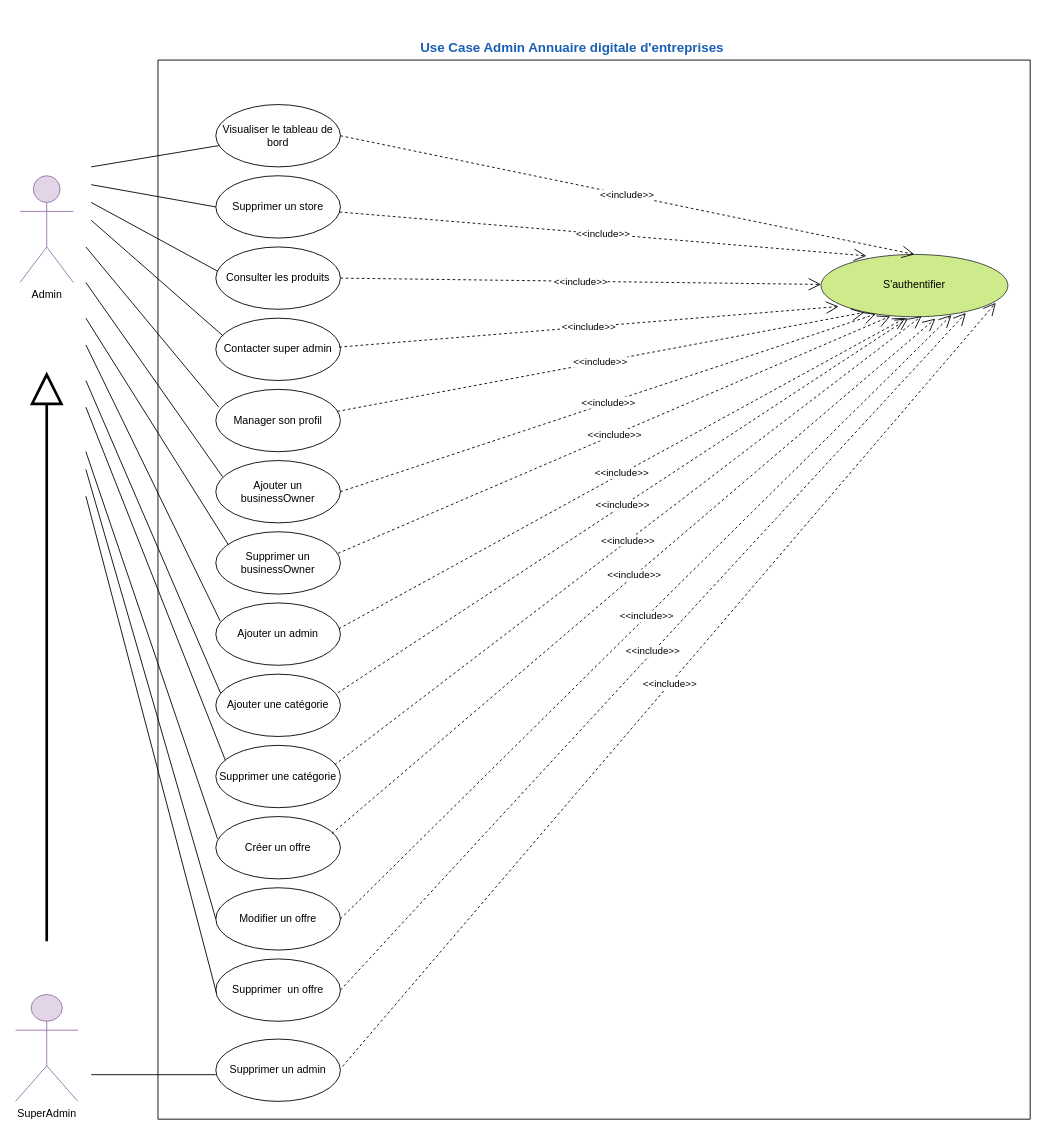
This is 4. UseCase_Admin.drawio from amine-elarass49/angular_doc, a draw.io file, before an edit. Source tidied: cells renumbered, new cells numbered last; positions are measured from the earlier drawing's top-left corner, leaving out a move shared by most shapes. Both pictures are drawn from the tidied source at 89%, with x=0, y=0 at pixel (15, 33).
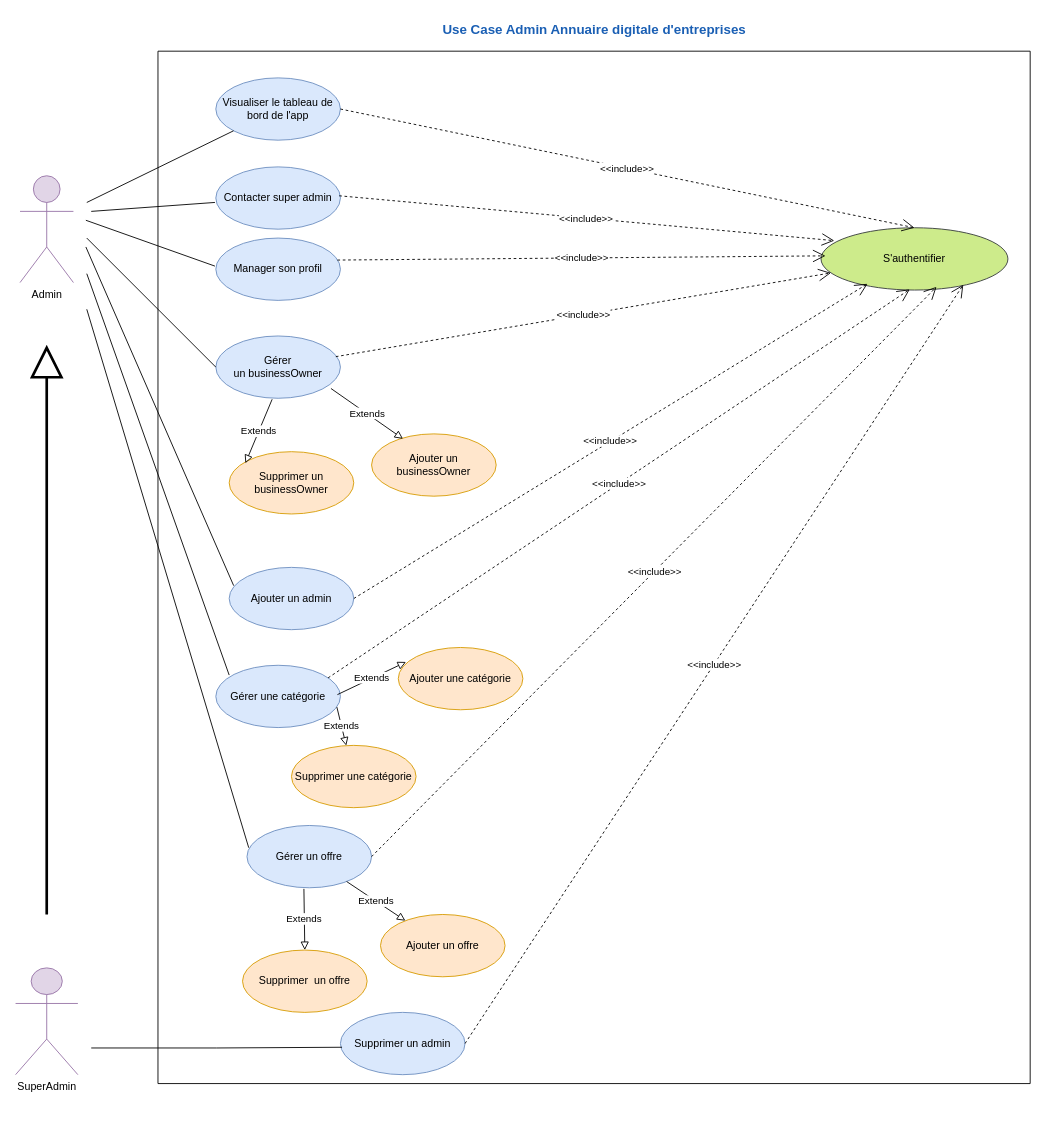
Above is the later version.

Diff of the diagram source:
```diff
@@
     <mxCell id="2" style="swimlane;startSize=0;" parent="1" vertex="1">
-      <mxGeometry x="160" y="30" width="980" height="1190" as="geometry" />
+      <mxGeometry x="160" y="20" width="980" height="1160" as="geometry" />
     </mxCell>
-    <mxCell id="3" value="Admin" style="shape=umlActor;verticalLabelPosition=bottom;verticalAlign=top;html=1;fillColor=#e1d5e7;strokeColor=#9673a6;" parent="2" vertex="1">
-      <mxGeometry x="-155" y="130" width="60" height="120" as="geometry" />
-    </mxCell>
     <mxCell id="4" value="S'authentifier" style="ellipse;whiteSpace=wrap;html=1;fillColor=#cdeb8b;strokeColor=#36393d;" parent="2" vertex="1">
-      <mxGeometry x="745" y="218.4" width="210" height="70" as="geometry" />
+      <mxGeometry x="745" y="198.4" width="210" height="70" as="geometry" />
     </mxCell>
-    <mxCell id="5" value="Visualiser le tableau de bord" style="ellipse;whiteSpace=wrap;html=1;" parent="2" vertex="1">
-      <mxGeometry x="65" y="50" width="140" height="70" as="geometry" />
+    <mxCell id="5" value="Visualiser le tableau de bord de l'app" style="ellipse;whiteSpace=wrap;html=1;fillColor=#dae8fc;strokeColor=#6c8ebf;" parent="2" vertex="1">
+      <mxGeometry x="65" y="30" width="140" height="70" as="geometry" />
     </mxCell>
     <mxCell id="6" style="endArrow=none;html=1;rounded=0;" parent="2" edge="1" target="5">
       <mxGeometry relative="1" as="geometry">
-        <mxPoint x="-75" y="120" as="sourcePoint" />
+        <mxPoint x="-80" y="170" as="sourcePoint" />
       </mxGeometry>
     </mxCell>
-    <mxCell id="7" value="&amp;lt;&amp;lt;include&amp;gt;&amp;gt;" style="endArrow=open;endSize=12;dashed=1;html=1;rounded=0;entryX=0.37;entryY=0.993;entryDx=0;entryDy=0;entryPerimeter=0;exitX=0.981;exitY=0.346;exitDx=0;exitDy=0;exitPerimeter=0;" parent="2" edge="1" source="20" target="4">
-      <mxGeometry relative="1" as="geometry" />
-    </mxCell>
-    <mxCell id="8" value="&amp;lt;&amp;lt;include&amp;gt;&amp;gt;" style="endArrow=open;endSize=12;dashed=1;html=1;rounded=0;exitX=1;exitY=0.5;exitDx=0;exitDy=0;" parent="2" edge="1" source="11" target="4">
-      <mxGeometry relative="1" as="geometry" />
-    </mxCell>
-    <mxCell id="9" value="Supprimer un admin" style="ellipse;whiteSpace=wrap;html=1;" parent="2" vertex="1">
-      <mxGeometry x="65" y="1100" width="140" height="70" as="geometry" />
+    <mxCell id="9" value="Supprimer un admin" style="ellipse;whiteSpace=wrap;html=1;fillColor=#dae8fc;strokeColor=#6c8ebf;" parent="2" vertex="1">
+      <mxGeometry x="205" y="1080" width="140" height="70" as="geometry" />
     </mxCell>
-    <mxCell id="10" value="&amp;lt;&amp;lt;include&amp;gt;&amp;gt;" style="endArrow=open;endSize=12;dashed=1;html=1;rounded=0;exitX=1.017;exitY=0.438;exitDx=0;exitDy=0;entryX=0.935;entryY=0.776;entryDx=0;entryDy=0;exitPerimeter=0;entryPerimeter=0;" parent="2" edge="1" source="9" target="4">
-      <mxGeometry relative="1" as="geometry" />
-    </mxCell>
-    <mxCell id="11" value="Consulter les produits" style="ellipse;whiteSpace=wrap;html=1;" parent="2" vertex="1">
-      <mxGeometry x="65" y="210" width="140" height="70" as="geometry" />
-    </mxCell>
-    <mxCell id="12" value="Contacter super admin" style="ellipse;whiteSpace=wrap;html=1;" parent="2" vertex="1">
-      <mxGeometry x="65" y="290" width="140" height="70" as="geometry" />
+    <mxCell id="12" value="Contacter super admin" style="ellipse;whiteSpace=wrap;html=1;fillColor=#dae8fc;strokeColor=#6c8ebf;" parent="2" vertex="1">
+      <mxGeometry x="65" y="130" width="140" height="70" as="geometry" />
     </mxCell>
-    <mxCell id="13" style="endArrow=none;html=1;rounded=0;entryX=0.015;entryY=0.389;entryDx=0;entryDy=0;entryPerimeter=0;" parent="2" edge="1" target="11">
-      <mxGeometry relative="1" as="geometry">
-        <mxPoint x="-75" y="160" as="sourcePoint" />
-      </mxGeometry>
-    </mxCell>
-    <mxCell id="14" style="endArrow=none;html=1;rounded=0;entryX=0.059;entryY=0.286;entryDx=0;entryDy=0;entryPerimeter=0;" parent="2" edge="1" target="12">
+    <mxCell id="14" style="endArrow=none;html=1;rounded=0;entryX=-0.007;entryY=0.571;entryDx=0;entryDy=0;entryPerimeter=0;" parent="2" edge="1" target="12">
       <mxGeometry relative="1" as="geometry">
         <mxPoint x="-75" y="180" as="sourcePoint" />
       </mxGeometry>
     </mxCell>
-    <mxCell id="15" value="Ajouter une catégorie" style="ellipse;whiteSpace=wrap;html=1;" parent="2" vertex="1">
-      <mxGeometry x="65" y="690" width="140" height="70" as="geometry" />
+    <mxCell id="15" value="Ajouter une catégorie" style="ellipse;whiteSpace=wrap;html=1;fillColor=#ffe6cc;strokeColor=#d79b00;" parent="2" vertex="1">
+      <mxGeometry x="270" y="670" width="140" height="70" as="geometry" />
     </mxCell>
-    <mxCell id="16" value="Supprimer un store" style="ellipse;whiteSpace=wrap;html=1;" parent="2" vertex="1">
-      <mxGeometry x="65" y="130" width="140" height="70" as="geometry" />
-    </mxCell>
-    <mxCell id="17" value="Manager son profil" style="ellipse;whiteSpace=wrap;html=1;" parent="2" vertex="1">
-      <mxGeometry x="65" y="370" width="140" height="70" as="geometry" />
+    <mxCell id="17" value="Manager son profil" style="ellipse;whiteSpace=wrap;html=1;fillColor=#dae8fc;strokeColor=#6c8ebf;" parent="2" vertex="1">
+      <mxGeometry x="65" y="210" width="140" height="70" as="geometry" />
     </mxCell>
-    <mxCell id="18" value="Ajouter un businessOwner" style="ellipse;whiteSpace=wrap;html=1;" parent="2" vertex="1">
-      <mxGeometry x="65" y="450" width="140" height="70" as="geometry" />
+    <mxCell id="18" value="Ajouter un businessOwner" style="ellipse;whiteSpace=wrap;html=1;fillColor=#ffe6cc;strokeColor=#d79b00;" parent="2" vertex="1">
+      <mxGeometry x="240" y="430" width="140" height="70" as="geometry" />
     </mxCell>
-    <mxCell id="19" value="&amp;lt;&amp;lt;include&amp;gt;&amp;gt;" style="endArrow=open;endSize=12;dashed=1;html=1;rounded=0;entryX=0.293;entryY=0.956;entryDx=0;entryDy=0;entryPerimeter=0;exitX=1;exitY=0.5;exitDx=0;exitDy=0;" parent="2" edge="1" source="18" target="4">
-      <mxGeometry relative="1" as="geometry" />
-    </mxCell>
-    <mxCell id="20" value="Supprimer un businessOwner" style="ellipse;whiteSpace=wrap;html=1;" parent="2" vertex="1">
-      <mxGeometry x="65" y="530" width="140" height="70" as="geometry" />
+    <mxCell id="20" value="Supprimer un businessOwner" style="ellipse;whiteSpace=wrap;html=1;fillColor=#ffe6cc;strokeColor=#d79b00;" parent="2" vertex="1">
+      <mxGeometry x="80" y="450" width="140" height="70" as="geometry" />
     </mxCell>
-    <mxCell id="21" value="Ajouter un admin" style="ellipse;whiteSpace=wrap;html=1;" parent="2" vertex="1">
-      <mxGeometry x="65" y="610" width="140" height="70" as="geometry" />
+    <mxCell id="21" value="Ajouter un admin" style="ellipse;whiteSpace=wrap;html=1;fillColor=#dae8fc;strokeColor=#6c8ebf;" parent="2" vertex="1">
+      <mxGeometry x="80" y="580" width="140" height="70" as="geometry" />
     </mxCell>
-    <mxCell id="22" value="Supprimer une catégorie" style="ellipse;whiteSpace=wrap;html=1;" parent="2" vertex="1">
-      <mxGeometry x="65" y="770" width="140" height="70" as="geometry" />
+    <mxCell id="22" value="Supprimer une catégorie" style="ellipse;whiteSpace=wrap;html=1;fillColor=#ffe6cc;strokeColor=#d79b00;" parent="2" vertex="1">
+      <mxGeometry x="150" y="780" width="140" height="70" as="geometry" />
     </mxCell>
-    <mxCell id="23" value="Créer un offre" style="ellipse;whiteSpace=wrap;html=1;" parent="2" vertex="1">
-      <mxGeometry x="65" y="850" width="140" height="70" as="geometry" />
+    <mxCell id="23" value="Gérer un offre" style="ellipse;whiteSpace=wrap;html=1;fillColor=#dae8fc;strokeColor=#6c8ebf;" parent="2" vertex="1">
+      <mxGeometry x="100" y="870" width="140" height="70" as="geometry" />
     </mxCell>
-    <mxCell id="24" value="Modifier un offre" style="ellipse;whiteSpace=wrap;html=1;" parent="2" vertex="1">
-      <mxGeometry x="65" y="930" width="140" height="70" as="geometry" />
+    <mxCell id="24" value="Ajouter un offre" style="ellipse;whiteSpace=wrap;html=1;fillColor=#ffe6cc;strokeColor=#d79b00;" parent="2" vertex="1">
+      <mxGeometry x="250" y="970" width="140" height="70" as="geometry" />
     </mxCell>
-    <mxCell id="25" value="Supprimer&amp;nbsp; un offre" style="ellipse;whiteSpace=wrap;html=1;" parent="2" vertex="1">
-      <mxGeometry x="65" y="1010" width="140" height="70" as="geometry" />
+    <mxCell id="25" value="Supprimer&amp;nbsp; un offre" style="ellipse;whiteSpace=wrap;html=1;fillColor=#ffe6cc;strokeColor=#d79b00;" parent="2" vertex="1">
+      <mxGeometry x="95" y="1010" width="140" height="70" as="geometry" />
     </mxCell>
-    <mxCell id="26" style="endArrow=none;html=1;rounded=0;entryX=0;entryY=0.5;entryDx=0;entryDy=0;" parent="2" edge="1" target="16">
-      <mxGeometry relative="1" as="geometry">
-        <mxPoint x="-75" y="140" as="sourcePoint" />
-      </mxGeometry>
-    </mxCell>
-    <mxCell id="27" value="&amp;lt;&amp;lt;include&amp;gt;&amp;gt;" style="endArrow=open;endSize=12;dashed=1;html=1;rounded=0;exitX=0.976;exitY=0.353;exitDx=0;exitDy=0;exitPerimeter=0;entryX=0.231;entryY=0.931;entryDx=0;entryDy=0;entryPerimeter=0;" parent="2" edge="1" source="17" target="4">
+    <mxCell id="27" value="&amp;lt;&amp;lt;include&amp;gt;&amp;gt;" style="endArrow=open;endSize=12;dashed=1;html=1;rounded=0;exitX=0.976;exitY=0.353;exitDx=0;exitDy=0;exitPerimeter=0;entryX=0.024;entryY=0.451;entryDx=0;entryDy=0;entryPerimeter=0;" parent="2" edge="1" source="17" target="4">
       <mxGeometry relative="1" as="geometry" />
     </mxCell>
-    <mxCell id="28" value="&amp;lt;&amp;lt;include&amp;gt;&amp;gt;" style="endArrow=open;endSize=12;dashed=1;html=1;rounded=0;exitX=0.987;exitY=0.414;exitDx=0;exitDy=0;exitPerimeter=0;entryX=0.452;entryY=1.018;entryDx=0;entryDy=0;entryPerimeter=0;" parent="2" edge="1" source="21" target="4">
-      <mxGeometry relative="1" as="geometry" />
-    </mxCell>
-    <mxCell id="29" value="&amp;lt;&amp;lt;include&amp;gt;&amp;gt;" style="endArrow=open;endSize=12;dashed=1;html=1;rounded=0;entryX=0.612;entryY=1.03;entryDx=0;entryDy=0;entryPerimeter=0;exitX=0.932;exitY=0.271;exitDx=0;exitDy=0;exitPerimeter=0;" parent="2" edge="1" source="23" target="4">
-      <mxGeometry relative="1" as="geometry" />
-    </mxCell>
-    <mxCell id="30" value="&amp;lt;&amp;lt;include&amp;gt;&amp;gt;" style="endArrow=open;endSize=12;dashed=1;html=1;rounded=0;entryX=0.698;entryY=0.972;entryDx=0;entryDy=0;exitX=1;exitY=0.5;exitDx=0;exitDy=0;entryPerimeter=0;" parent="2" edge="1" source="24" target="4">
-      <mxGeometry relative="1" as="geometry" />
-    </mxCell>
-    <mxCell id="31" value="&amp;lt;&amp;lt;include&amp;gt;&amp;gt;" style="endArrow=open;endSize=12;dashed=1;html=1;rounded=0;exitX=1;exitY=0.5;exitDx=0;exitDy=0;entryX=0.775;entryY=0.939;entryDx=0;entryDy=0;exitPerimeter=0;entryPerimeter=0;" parent="2" edge="1" source="25" target="4">
-      <mxGeometry relative="1" as="geometry" />
-    </mxCell>
@@
-    <mxCell id="33" value="&amp;lt;&amp;lt;include&amp;gt;&amp;gt;" style="endArrow=open;endSize=12;dashed=1;html=1;rounded=0;entryX=0.296;entryY=0.997;entryDx=0;entryDy=0;entryPerimeter=0;" parent="2" edge="1" source="16">
-      <mxGeometry relative="1" as="geometry">
-        <mxPoint x="796" y="220" as="targetPoint" />
-      </mxGeometry>
-    </mxCell>
-    <mxCell id="34" value="&amp;lt;&amp;lt;include&amp;gt;&amp;gt;" style="endArrow=open;endSize=12;dashed=1;html=1;rounded=0;exitX=0.99;exitY=0.464;exitDx=0;exitDy=0;exitPerimeter=0;entryX=0.094;entryY=0.836;entryDx=0;entryDy=0;entryPerimeter=0;" parent="2" edge="1" source="12" target="4">
+    <mxCell id="34" value="&amp;lt;&amp;lt;include&amp;gt;&amp;gt;" style="endArrow=open;endSize=12;dashed=1;html=1;rounded=0;exitX=0.99;exitY=0.464;exitDx=0;exitDy=0;exitPerimeter=0;entryX=0.071;entryY=0.207;entryDx=0;entryDy=0;entryPerimeter=0;" parent="2" edge="1" source="12" target="4">
       <mxGeometry relative="1" as="geometry" />
     </mxCell>
-    <mxCell id="35" value="&amp;lt;&amp;lt;include&amp;gt;&amp;gt;" style="endArrow=open;endSize=12;dashed=1;html=1;rounded=0;exitX=0.981;exitY=0.296;exitDx=0;exitDy=0;exitPerimeter=0;" parent="2" edge="1" source="15">
-      <mxGeometry relative="1" as="geometry">
-        <mxPoint x="843" y="290" as="targetPoint" />
-      </mxGeometry>
-    </mxCell>
-    <mxCell id="36" value="&amp;lt;&amp;lt;include&amp;gt;&amp;gt;" style="endArrow=open;endSize=12;dashed=1;html=1;rounded=0;exitX=0.953;exitY=0.313;exitDx=0;exitDy=0;exitPerimeter=0;entryX=0.538;entryY=0.991;entryDx=0;entryDy=0;entryPerimeter=0;" parent="2" edge="1" source="22" target="4">
-      <mxGeometry relative="1" as="geometry" />
-    </mxCell>
     <mxCell id="37" value="SuperAdmin" style="shape=umlActor;verticalLabelPosition=bottom;verticalAlign=top;html=1;fillColor=#e1d5e7;strokeColor=#9673a6;" parent="2" vertex="1">
-      <mxGeometry x="-160" y="1050" width="70" height="120" as="geometry" />
+      <mxGeometry x="-160" y="1030" width="70" height="120" as="geometry" />
     </mxCell>
     <mxCell id="38" style="endArrow=block;endFill=0;html=1;rounded=0;strokeWidth=3;jumpSize=4;startSize=21;endSize=30;" parent="2" edge="1">
       <mxGeometry relative="1" as="geometry">
-        <mxPoint x="-125" y="990" as="sourcePoint" />
-        <mxPoint x="-125" y="350" as="targetPoint" />
+        <mxPoint x="-125" y="970" as="sourcePoint" />
+        <mxPoint x="-125" y="330" as="targetPoint" />
       </mxGeometry>
     </mxCell>
-    <mxCell id="39" style="endArrow=none;html=1;rounded=0;entryX=0.024;entryY=0.286;entryDx=0;entryDy=0;entryPerimeter=0;" parent="2" edge="1" target="17">
+    <mxCell id="39" style="endArrow=none;html=1;rounded=0;entryX=-0.007;entryY=0.45;entryDx=0;entryDy=0;entryPerimeter=0;" parent="2" edge="1" target="17">
       <mxGeometry relative="1" as="geometry">
-        <mxPoint x="-81" y="210" as="sourcePoint" />
+        <mxPoint x="-81" y="190" as="sourcePoint" />
       </mxGeometry>
     </mxCell>
-    <mxCell id="40" style="endArrow=none;html=1;rounded=0;entryX=0.055;entryY=0.263;entryDx=0;entryDy=0;entryPerimeter=0;" parent="2" edge="1" target="18">
-      <mxGeometry relative="1" as="geometry">
-        <mxPoint x="-81" y="250" as="sourcePoint" />
-      </mxGeometry>
-    </mxCell>
-    <mxCell id="41" style="endArrow=none;html=1;rounded=0;entryX=0.1;entryY=0.207;entryDx=0;entryDy=0;entryPerimeter=0;" parent="2" edge="1" target="20">
-      <mxGeometry relative="1" as="geometry">
-        <mxPoint x="-81" y="290" as="sourcePoint" />
-      </mxGeometry>
-    </mxCell>
     <mxCell id="42" style="endArrow=none;html=1;rounded=0;entryX=0.036;entryY=0.293;entryDx=0;entryDy=0;entryPerimeter=0;" parent="2" edge="1" target="21">
       <mxGeometry relative="1" as="geometry">
-        <mxPoint x="-81" y="320" as="sourcePoint" />
+        <mxPoint x="-81" y="220" as="sourcePoint" />
       </mxGeometry>
     </mxCell>
-    <mxCell id="43" style="endArrow=none;html=1;rounded=0;entryX=0.039;entryY=0.308;entryDx=0;entryDy=0;entryPerimeter=0;" parent="2" edge="1" target="15">
-      <mxGeometry relative="1" as="geometry">
-        <mxPoint x="-81" y="360" as="sourcePoint" />
-      </mxGeometry>
-    </mxCell>
-    <mxCell id="44" style="endArrow=none;html=1;rounded=0;entryX=0.077;entryY=0.241;entryDx=0;entryDy=0;entryPerimeter=0;" parent="2" edge="1" target="22">
-      <mxGeometry relative="1" as="geometry">
-        <mxPoint x="-81" y="390" as="sourcePoint" />
-      </mxGeometry>
-    </mxCell>
     <mxCell id="45" style="endArrow=none;html=1;rounded=0;entryX=0.014;entryY=0.357;entryDx=0;entryDy=0;entryPerimeter=0;" parent="2" edge="1" target="23">
       <mxGeometry relative="1" as="geometry">
-        <mxPoint x="-81" y="440" as="sourcePoint" />
+        <mxPoint x="-80" y="290" as="sourcePoint" />
       </mxGeometry>
     </mxCell>
-    <mxCell id="46" style="endArrow=none;html=1;rounded=0;entryX=0;entryY=0.5;entryDx=0;entryDy=0;" parent="2" edge="1" target="24">
-      <mxGeometry relative="1" as="geometry">
-        <mxPoint x="-81" y="460" as="sourcePoint" />
-      </mxGeometry>
-    </mxCell>
-    <mxCell id="47" style="endArrow=none;html=1;rounded=0;entryX=0.005;entryY=0.543;entryDx=0;entryDy=0;entryPerimeter=0;" parent="2" edge="1" target="25">
-      <mxGeometry relative="1" as="geometry">
-        <mxPoint x="-81" y="490" as="sourcePoint" />
-      </mxGeometry>
-    </mxCell>
-    <mxCell id="48" style="endArrow=none;html=1;edgeStyle=orthogonalEdgeStyle;rounded=0;" parent="2" edge="1">
+    <mxCell id="48" style="endArrow=none;html=1;edgeStyle=orthogonalEdgeStyle;rounded=0;entryX=0.013;entryY=0.56;entryDx=0;entryDy=0;entryPerimeter=0;" parent="2" edge="1" target="9">
       <mxGeometry relative="1" as="geometry">
-        <mxPoint x="-75" y="1140" as="sourcePoint" />
-        <mxPoint x="65" y="1140" as="targetPoint" />
+        <mxPoint x="-75" y="1120" as="sourcePoint" />
+        <Array as="points">
+          <mxPoint x="66" y="1120" />
+        </Array>
       </mxGeometry>
     </mxCell>
+    <mxCell id="50" value="Gérer une catégorie" style="ellipse;whiteSpace=wrap;html=1;fillColor=#dae8fc;strokeColor=#6c8ebf;" parent="2" vertex="1">
+      <mxGeometry x="65" y="690" width="140" height="70" as="geometry" />
+    </mxCell>
+    <mxCell id="51" value="&lt;div&gt;Gérer&lt;/div&gt;&lt;div&gt; un businessOwner&lt;/div&gt;" style="ellipse;whiteSpace=wrap;html=1;fillColor=#dae8fc;strokeColor=#6c8ebf;" parent="2" vertex="1">
+      <mxGeometry x="65" y="320" width="140" height="70" as="geometry" />
+    </mxCell>
+    <mxCell id="52" value="Extends" style="endArrow=block;endSize=7;endFill=0;html=1;rounded=0;entryX=0.13;entryY=0.186;entryDx=0;entryDy=0;entryPerimeter=0;exitX=0.452;exitY=1.016;exitDx=0;exitDy=0;exitPerimeter=0;" parent="2" edge="1" source="51" target="20">
+      <mxGeometry relative="1" as="geometry" />
+    </mxCell>
+    <mxCell id="53" value="Extends" style="endArrow=block;endSize=7;endFill=0;html=1;rounded=0;entryX=0.252;entryY=0.079;entryDx=0;entryDy=0;entryPerimeter=0;exitX=0.924;exitY=0.843;exitDx=0;exitDy=0;exitPerimeter=0;" parent="2" edge="1" source="51" target="18">
+      <mxGeometry relative="1" as="geometry" />
+    </mxCell>
+    <mxCell id="54" value="Extends" style="endArrow=block;endSize=7;endFill=0;html=1;rounded=0;exitX=0.726;exitY=0.971;exitDx=0;exitDy=0;exitPerimeter=0;" parent="2" edge="1" target="22">
+      <mxGeometry relative="1" as="geometry">
+        <mxPoint x="201" y="737" as="sourcePoint" />
+      </mxGeometry>
+    </mxCell>
+    <mxCell id="55" value="Extends" style="endArrow=block;endSize=7;endFill=0;html=1;rounded=0;entryX=0.062;entryY=0.233;entryDx=0;entryDy=0;entryPerimeter=0;exitX=0.976;exitY=0.471;exitDx=0;exitDy=0;exitPerimeter=0;" parent="2" edge="1" source="50" target="15">
+      <mxGeometry relative="1" as="geometry" />
+    </mxCell>
+    <mxCell id="56" value="&amp;lt;&amp;lt;include&amp;gt;&amp;gt;" style="endArrow=open;endSize=12;dashed=1;html=1;rounded=0;exitX=0.963;exitY=0.332;exitDx=0;exitDy=0;exitPerimeter=0;" parent="2" edge="1" source="51" target="4">
+      <mxGeometry relative="1" as="geometry" />
+    </mxCell>
+    <mxCell id="28" value="&amp;lt;&amp;lt;include&amp;gt;&amp;gt;" style="endArrow=open;endSize=12;dashed=1;html=1;rounded=0;exitX=1;exitY=0.5;exitDx=0;exitDy=0;entryX=0.249;entryY=0.9;entryDx=0;entryDy=0;entryPerimeter=0;" parent="2" edge="1" source="21" target="4">
+      <mxGeometry relative="1" as="geometry" />
+    </mxCell>
+    <mxCell id="10" value="&amp;lt;&amp;lt;include&amp;gt;&amp;gt;" style="endArrow=open;endSize=12;dashed=1;html=1;rounded=0;exitX=1;exitY=0.5;exitDx=0;exitDy=0;entryX=0.761;entryY=0.915;entryDx=0;entryDy=0;entryPerimeter=0;" parent="2" edge="1" source="9" target="4">
+      <mxGeometry relative="1" as="geometry" />
+    </mxCell>
+    <mxCell id="57" value="&amp;lt;&amp;lt;include&amp;gt;&amp;gt;" style="endArrow=open;endSize=12;dashed=1;html=1;rounded=0;entryX=0.475;entryY=0.989;entryDx=0;entryDy=0;entryPerimeter=0;exitX=0.901;exitY=0.202;exitDx=0;exitDy=0;exitPerimeter=0;" parent="2" edge="1" source="50" target="4">
+      <mxGeometry relative="1" as="geometry" />
+    </mxCell>
+    <mxCell id="58" style="endArrow=none;html=1;rounded=0;entryX=0.036;entryY=0.293;entryDx=0;entryDy=0;entryPerimeter=0;" parent="2" edge="1">
+      <mxGeometry relative="1" as="geometry">
+        <mxPoint x="-80" y="250" as="sourcePoint" />
+        <mxPoint x="80" y="701" as="targetPoint" />
+      </mxGeometry>
+    </mxCell>
+    <mxCell id="29" value="&amp;lt;&amp;lt;include&amp;gt;&amp;gt;" style="endArrow=open;endSize=12;dashed=1;html=1;rounded=0;entryX=0.618;entryY=0.949;entryDx=0;entryDy=0;entryPerimeter=0;exitX=1;exitY=0.5;exitDx=0;exitDy=0;" parent="2" edge="1" source="23" target="4">
+      <mxGeometry relative="1" as="geometry" />
+    </mxCell>
+    <mxCell id="59" value="Extends" style="endArrow=block;endSize=7;endFill=0;html=1;rounded=0;exitX=0.457;exitY=1.017;exitDx=0;exitDy=0;exitPerimeter=0;entryX=0.5;entryY=0;entryDx=0;entryDy=0;" parent="2" edge="1" source="23" target="25">
+      <mxGeometry relative="1" as="geometry" />
+    </mxCell>
+    <mxCell id="60" value="Extends" style="endArrow=block;endSize=7;endFill=0;html=1;rounded=0;" parent="2" edge="1" source="23" target="24">
+      <mxGeometry relative="1" as="geometry" />
+    </mxCell>
+    <mxCell id="61" style="endArrow=none;html=1;rounded=0;entryX=0;entryY=0.5;entryDx=0;entryDy=0;" parent="2" edge="1" target="51">
+      <mxGeometry relative="1" as="geometry">
+        <mxPoint x="-80" y="210" as="sourcePoint" />
+      </mxGeometry>
+    </mxCell>
+    <mxCell id="3" value="Admin" style="shape=umlActor;verticalLabelPosition=bottom;verticalAlign=top;html=1;fillColor=#e1d5e7;strokeColor=#9673a6;" parent="2" vertex="1">
+      <mxGeometry x="-155" y="140" width="60" height="120" as="geometry" />
+    </mxCell>
     <mxCell id="49" value="&lt;b&gt;&lt;font style=&quot;font-size: 15px;&quot; color=&quot;#1a5fb4&quot;&gt;Use Case Admin Annuaire digitale d'entreprises&lt;/font&gt;&lt;/b&gt;" style="text;html=1;align=center;verticalAlign=middle;strokeColor=none;fillColor=none;" parent="1" vertex="1">
-      <mxGeometry x="440" width="370" height="30" as="geometry" />
+      <mxGeometry x="465" y="-20" width="370" height="30" as="geometry" />
     </mxCell>
```
